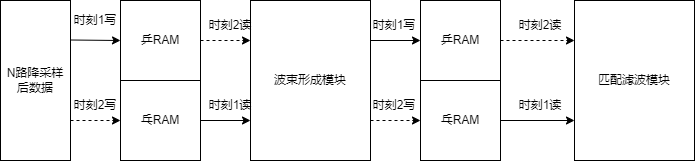
Before: timeflow.png, a diagram exported from draw.io (Sky199710/myDiagram). Source tidied: cells renumbered, new cells last; positions are measured from the earlier drawing's top-left corner, leaving out a move shared by most shapes.
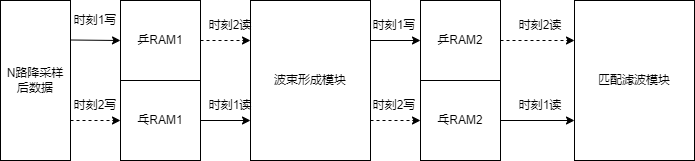
The same diagram one commit later.

Diff of the diagram source:
```diff
@@ -13,7 +13,7 @@
     <mxCell id="4" style="edgeStyle=orthogonalEdgeStyle;rounded=0;jettySize=auto;html=1;exitX=1;exitY=0.5;exitDx=0;exitDy=0;entryX=0;entryY=0.25;entryDx=0;entryDy=0;dashed=1;" parent="1" edge="1" source="5" target="13">
       <mxGeometry relative="1" as="geometry" />
     </mxCell>
-    <mxCell id="5" value="乒RAM" style="whiteSpace=wrap;html=1;" parent="1" vertex="1">
+    <mxCell id="5" value="乒RAM1" style="whiteSpace=wrap;html=1;" parent="1" vertex="1">
       <mxGeometry x="120" width="80" height="80" as="geometry" />
     </mxCell>
     <mxCell id="6" value="N路降采样&lt;br&gt;后数据" style="rounded=0;whiteSpace=wrap;html=1;" parent="1" vertex="1">
@@ -22,7 +22,7 @@
     <mxCell id="7" style="edgeStyle=orthogonalEdgeStyle;rounded=0;jettySize=auto;html=1;exitX=1;exitY=0.5;exitDx=0;exitDy=0;entryX=0;entryY=0.75;entryDx=0;entryDy=0;" parent="1" edge="1" source="8" target="13">
       <mxGeometry relative="1" as="geometry" />
     </mxCell>
-    <mxCell id="8" value="乓RAM" style="whiteSpace=wrap;html=1;" parent="1" vertex="1">
+    <mxCell id="8" value="乓RAM1" style="whiteSpace=wrap;html=1;" parent="1" vertex="1">
       <mxGeometry x="120" y="80" width="80" height="80" as="geometry" />
     </mxCell>
     <mxCell id="9" style="endArrow=classic;html=1;rounded=0;dashed=1;exitX=1;exitY=0.75;exitDx=0;exitDy=0;entryX=0;entryY=0.5;entryDx=0;entryDy=0;" parent="1" edge="1" source="6" target="8">
@@ -49,13 +49,13 @@
     <mxCell id="16" style="edgeStyle=orthogonalEdgeStyle;rounded=0;jettySize=auto;html=1;exitX=1;exitY=0.5;exitDx=0;exitDy=0;entryX=0;entryY=0.25;entryDx=0;entryDy=0;dashed=1;" parent="1" edge="1" source="17" target="20">
       <mxGeometry relative="1" as="geometry" />
     </mxCell>
-    <mxCell id="17" value="乒RAM" style="whiteSpace=wrap;html=1;" parent="1" vertex="1">
+    <mxCell id="17" value="乒RAM2" style="whiteSpace=wrap;html=1;" parent="1" vertex="1">
       <mxGeometry x="420" width="80" height="80" as="geometry" />
     </mxCell>
     <mxCell id="18" style="edgeStyle=orthogonalEdgeStyle;rounded=0;jettySize=auto;html=1;exitX=1;exitY=0.5;exitDx=0;exitDy=0;entryX=0;entryY=0.75;entryDx=0;entryDy=0;" parent="1" edge="1" source="19" target="20">
       <mxGeometry relative="1" as="geometry" />
     </mxCell>
-    <mxCell id="19" value="乓RAM" style="whiteSpace=wrap;html=1;" parent="1" vertex="1">
+    <mxCell id="19" value="乓RAM2" style="whiteSpace=wrap;html=1;" parent="1" vertex="1">
       <mxGeometry x="420" y="80" width="80" height="80" as="geometry" />
     </mxCell>
     <mxCell id="20" value="匹配滤波模块" style="rounded=0;whiteSpace=wrap;html=1;" parent="1" vertex="1">
```
